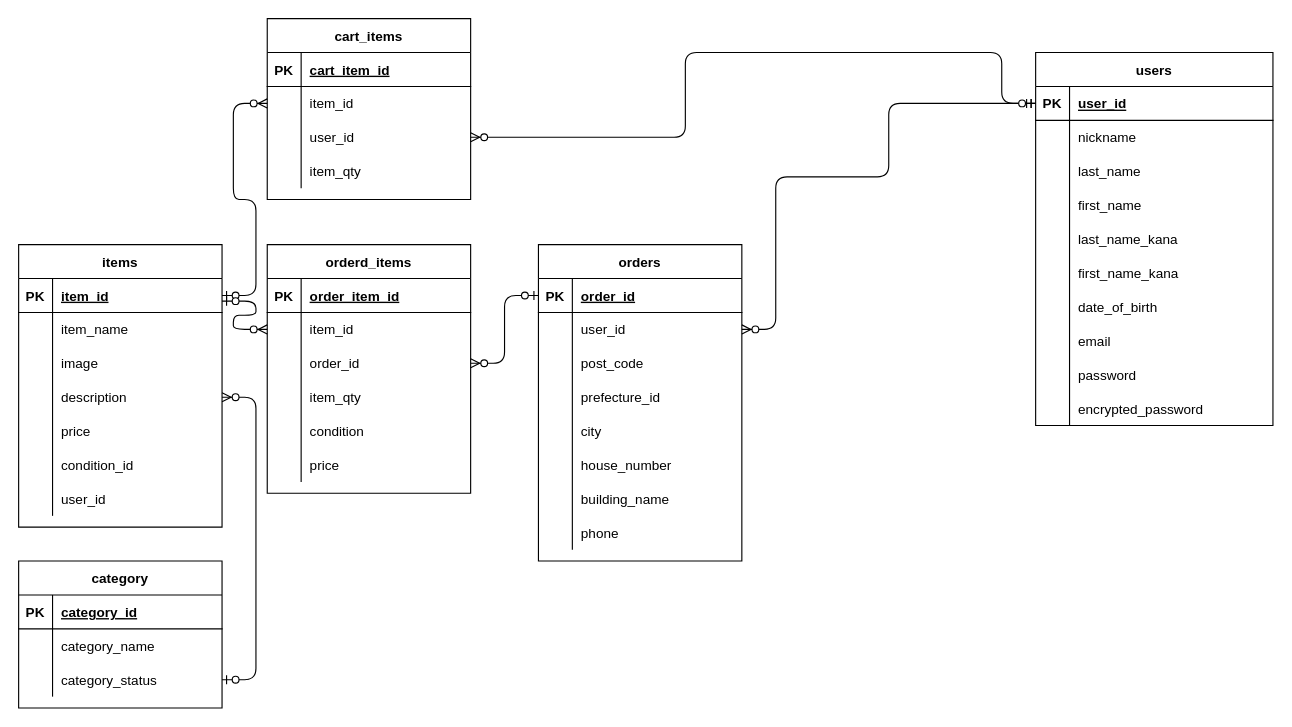
This is ER.dio from fuosa/smartglutton, a draw.io file, before an edit. Source tidied: cells renumbered, new cells numbered last; positions are measured from the earlier drawing's top-left corner, leaving out a move shared by most shapes. Both pictures are drawn from the tidied source at 113%, with x=0, y=0 at pixel (18, 18).
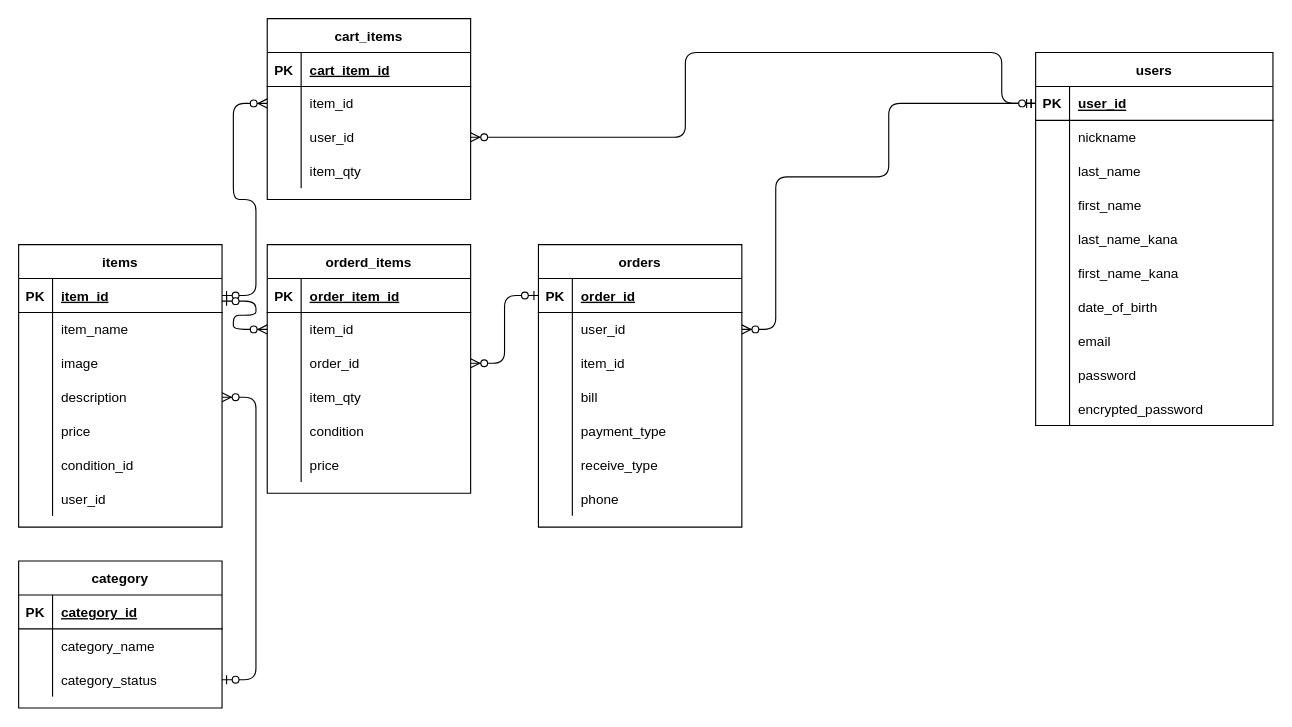
The same page after the edit.

The change refers to these unchanged cells:
```xml
<mxCell id="40" style="shape=partialRectangle;fillColor=none;top=0;left=0;bottom=0;right=0;" parent="33" vertex="1">
  <mxGeometry y="90" width="180" height="30" as="geometry" />
</mxCell>
<mxCell id="43" style="shape=partialRectangle;fillColor=none;top=0;left=0;bottom=0;right=0;" parent="33" vertex="1">
  <mxGeometry y="120" width="180" height="30" as="geometry" />
</mxCell>
<mxCell id="46" style="shape=partialRectangle;fillColor=none;top=0;left=0;bottom=0;right=0;" parent="33" vertex="1">
  <mxGeometry y="150" width="180" height="30" as="geometry" />
</mxCell>
<mxCell id="49" style="shape=partialRectangle;fillColor=none;top=0;left=0;bottom=0;right=0;" parent="33" vertex="1">
  <mxGeometry y="180" width="180" height="30" as="geometry" />
</mxCell>
```

Diff of the diagram source:
```diff
@@
     <mxCell id="33" value="orders" style="shape=table;startSize=30;childLayout=tableLayout;rowLines=0;fontStyle=1;align=center;" parent="1" vertex="1">
-      <mxGeometry x="460" y="200" width="180" height="280" as="geometry" />
+      <mxGeometry x="460" y="200" width="180" height="250" as="geometry" />
     </mxCell>
@@
-    <mxCell id="42" value="post_code" style="shape=partialRectangle;fillColor=none;top=0;left=0;bottom=0;right=0;align=left;spacingLeft=6;overflow=hidden;" parent="40" vertex="1">
+    <mxCell id="42" value="item_id" style="shape=partialRectangle;fillColor=none;top=0;left=0;bottom=0;right=0;align=left;spacingLeft=6;overflow=hidden;" parent="40" vertex="1">
       <mxGeometry x="30" width="150" height="30" as="geometry" />
     </mxCell>
@@
-    <mxCell id="45" value="prefecture_id" style="shape=partialRectangle;fillColor=none;top=0;left=0;bottom=0;right=0;align=left;spacingLeft=6;overflow=hidden;" parent="43" vertex="1">
+    <mxCell id="45" value="bill" style="shape=partialRectangle;fillColor=none;top=0;left=0;bottom=0;right=0;align=left;spacingLeft=6;overflow=hidden;" parent="43" vertex="1">
       <mxGeometry x="30" width="150" height="30" as="geometry" />
     </mxCell>
@@
-    <mxCell id="48" value="city" style="shape=partialRectangle;fillColor=none;top=0;left=0;bottom=0;right=0;align=left;spacingLeft=6;overflow=hidden;" parent="46" vertex="1">
+    <mxCell id="48" value="payment_type" style="shape=partialRectangle;fillColor=none;top=0;left=0;bottom=0;right=0;align=left;spacingLeft=6;overflow=hidden;" parent="46" vertex="1">
       <mxGeometry x="30" width="150" height="30" as="geometry" />
     </mxCell>
@@
-    <mxCell id="51" value="house_number" style="shape=partialRectangle;fillColor=none;top=0;left=0;bottom=0;right=0;align=left;spacingLeft=6;overflow=hidden;" parent="49" vertex="1">
+    <mxCell id="51" value="receive_type" style="shape=partialRectangle;fillColor=none;top=0;left=0;bottom=0;right=0;align=left;spacingLeft=6;overflow=hidden;" parent="49" vertex="1">
       <mxGeometry x="30" width="150" height="30" as="geometry" />
     </mxCell>
-    <mxCell id="52" style="shape=partialRectangle;fillColor=none;top=0;left=0;bottom=0;right=0;" parent="33" vertex="1">
-      <mxGeometry y="210" width="180" height="30" as="geometry" />
-    </mxCell>
-    <mxCell id="53" style="shape=partialRectangle;fillColor=none;top=0;left=0;bottom=0;right=0;overflow=hidden;" parent="52" vertex="1">
-      <mxGeometry width="30" height="30" as="geometry" />
-    </mxCell>
-    <mxCell id="54" value="building_name" style="shape=partialRectangle;fillColor=none;top=0;left=0;bottom=0;right=0;align=left;spacingLeft=6;overflow=hidden;" parent="52" vertex="1">
-      <mxGeometry x="30" width="150" height="30" as="geometry" />
-    </mxCell>
     <mxCell id="55" style="shape=partialRectangle;fillColor=none;top=0;left=0;bottom=0;right=0;" parent="33" vertex="1">
-      <mxGeometry y="240" width="180" height="30" as="geometry" />
+      <mxGeometry y="210" width="180" height="30" as="geometry" />
     </mxCell>
```
